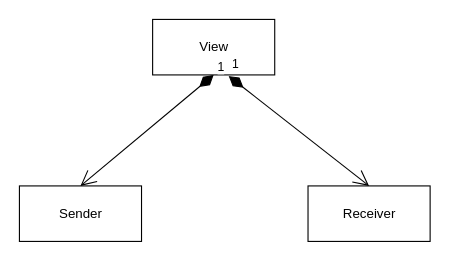
Before: draft.drawio in bankarian/pics, a draw.io diagram. Source tidied: cells renumbered, new cells numbered last; positions are measured from the earlier drawing's top-left corner, leaving out a move shared by most shapes. Both pictures are drawn from the tidied source at 111%, with x=0, y=0 at pixel (19, 19).
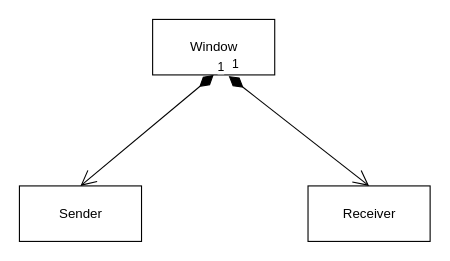
The same page after the edit.

What changed in the source:
```diff
@@
 <mxGraphModel>
   <root>
     <mxCell id="0" />
     <mxCell id="1" parent="0" />
     <mxCell id="2" value="Sender" style="html=1;" parent="1" vertex="1">
       <mxGeometry y="150" width="110" height="50" as="geometry" />
     </mxCell>
     <mxCell id="3" value="Receiver" style="html=1;" parent="1" vertex="1">
       <mxGeometry x="260" y="150" width="110" height="50" as="geometry" />
     </mxCell>
-    <mxCell id="4" value="View" style="html=1;" parent="1" vertex="1">
+    <mxCell id="4" value="Window" style="html=1;" parent="1" vertex="1">
       <mxGeometry x="120" width="110" height="50" as="geometry" />
     </mxCell>
     <mxCell id="5" value="1" style="endArrow=open;html=1;endSize=12;startArrow=diamondThin;startSize=14;startFill=1;align=left;verticalAlign=bottom;exitX=0.5;exitY=1;exitDx=0;exitDy=0;entryX=0.5;entryY=0;entryDx=0;entryDy=0;" parent="1" edge="1" source="4" target="2">
       <mxGeometry x="-1" y="3" relative="1" as="geometry" />
     </mxCell>
     <mxCell id="6" value="1" style="endArrow=open;html=1;endSize=12;startArrow=diamondThin;startSize=14;startFill=1;align=left;verticalAlign=bottom;exitX=0.623;exitY=1.02;exitDx=0;exitDy=0;exitPerimeter=0;entryX=0.5;entryY=0;entryDx=0;entryDy=0;" parent="1" edge="1" source="4" target="3">
       <mxGeometry x="-1" y="3" relative="1" as="geometry" />
     </mxCell>
   </root>
 </mxGraphModel>
```
